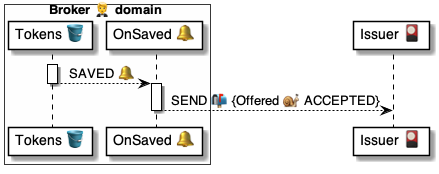
Earlier version of the PlantUML export 4 ⚙️ Solution/20 🧑‍🦰 UI/Brokers 🤵/🤵🪣 Broker tables/Tokens 🎫 table/🪣🧱 15 Saved 🔔 event/🤵 OnTokenSaved ⚙️ uml.png (pollyweb-org/pollyweb-docs). Its source is kept beside it as 4 ⚙️ Solution/20 🧑‍🦰 UI/Brokers 🤵/🤵🪣 Broker tables/Tokens 🎫 table/🪣🧱 15 Saved 🔔 event/🤵 OnTokenSaved ⚙️ uml.puml.
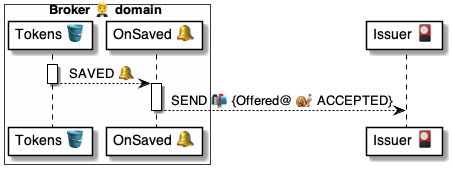
Above is the later version.

Change to the diagram source:
```diff
@@ -13,7 +13,7 @@
 deactivate tokens
 
 activate onSaved
-    onSaved --> issuer: SEND 📬 {Offered 🐌 ACCEPTED}
+    onSaved --> issuer: SEND 📬 {Offered@ 🐌 ACCEPTED}
 deactivate onSaved
 
 @enduml
```
